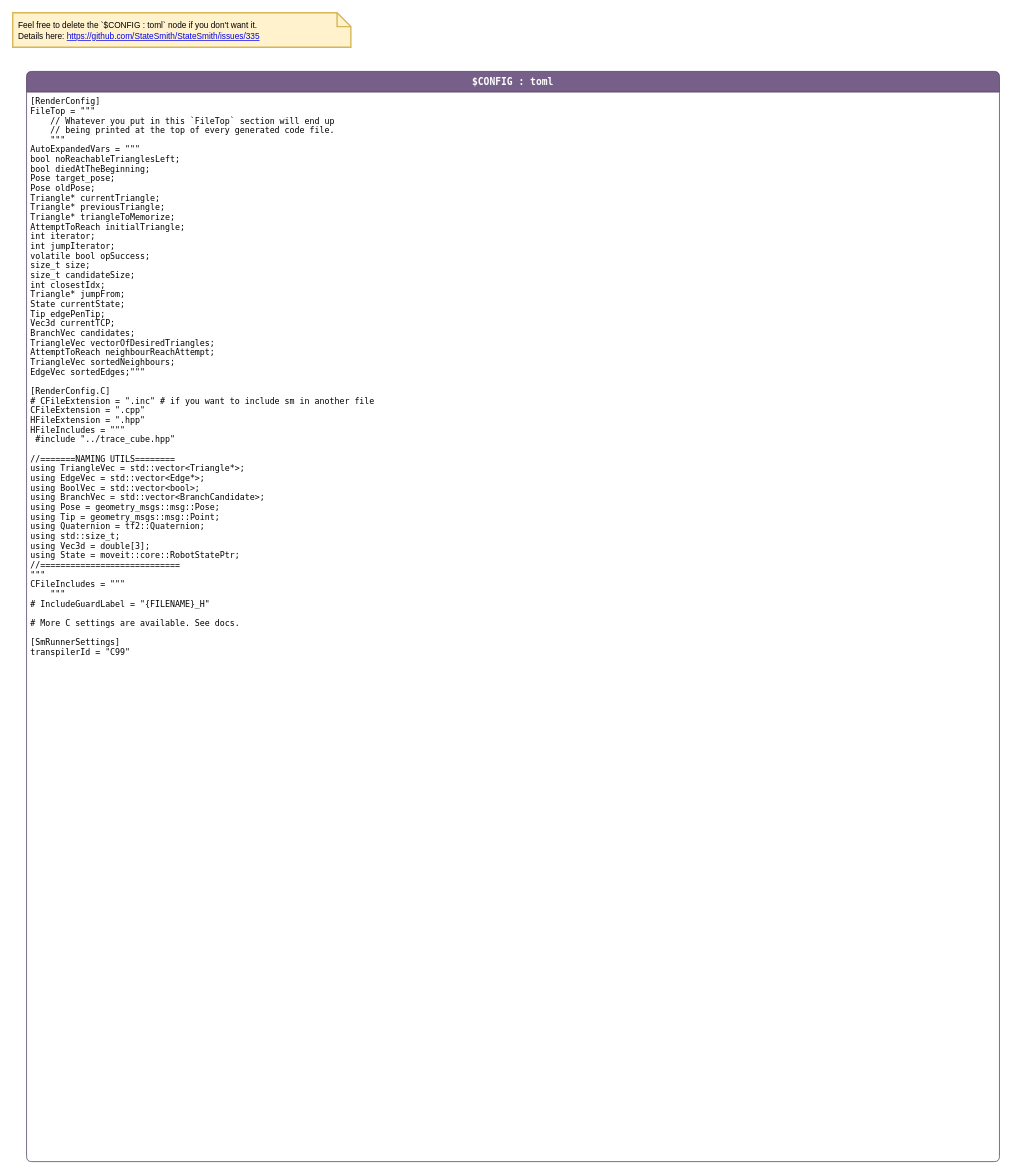
The draw.io diagram page "config" (2 of 3) of src/stateMachineIKU/tracingStateMachine.drawio in shauryachanana/ur5e_surface_path, before the edit. Source tidied: cells renumbered, new cells numbered last; positions are measured from the earlier drawing's top-left corner, leaving out a move shared by most shapes. Both pictures are drawn from the tidied source at 69%, with x=0, y=0 at pixel (12, 12).
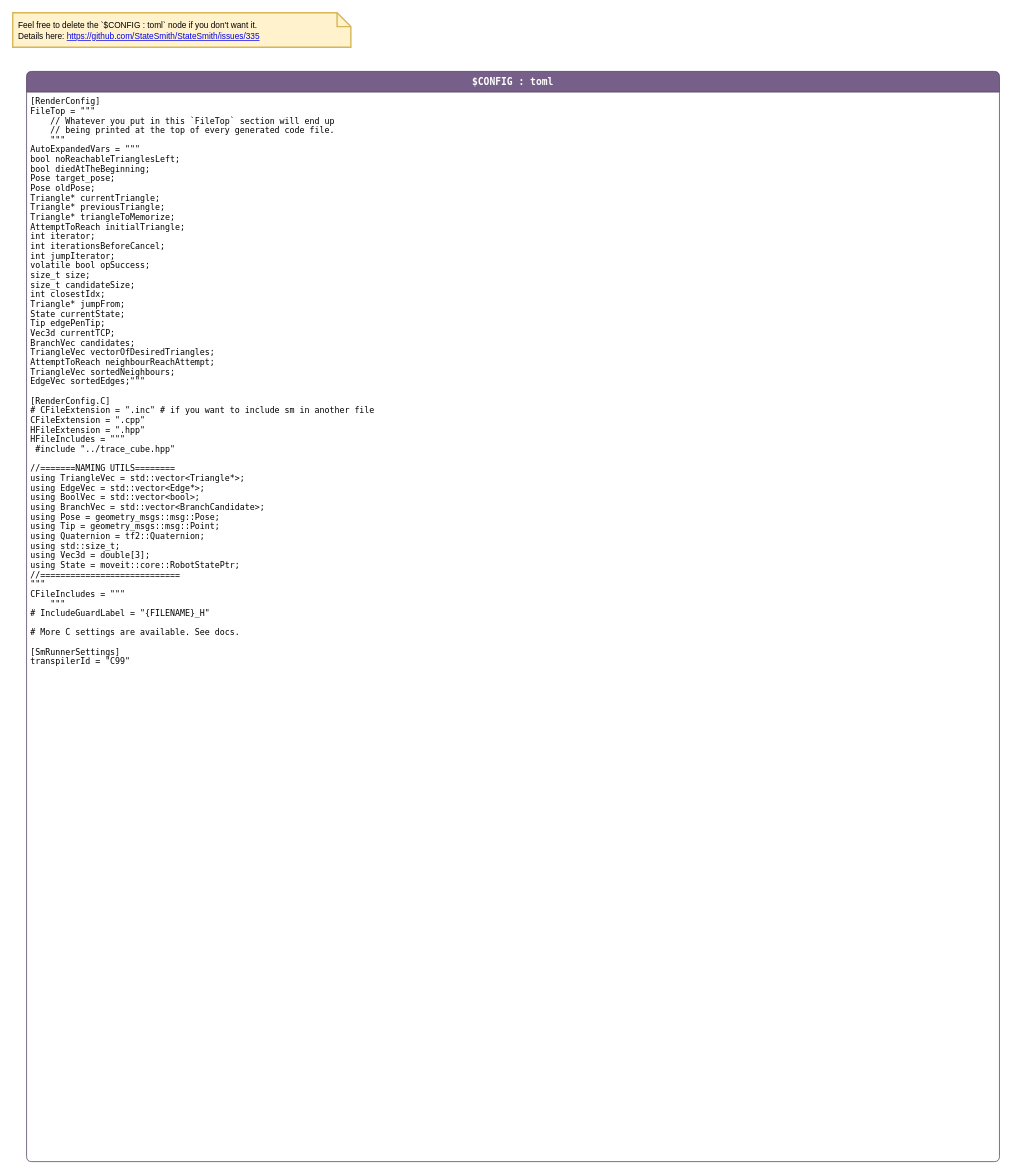
After the change.

Change to the diagram source:
```diff
@@
 <mxGraphModel>
   <root>
     <mxCell id="0" />
     <mxCell id="1" parent="0" />
     <mxCell id="2" value="$CONFIG : toml" style="shape=swimlane;align=center;verticalAlign=top;fontFamily=Lucida Console;startSize=30;fontSize=14;fontStyle=1;swimlaneFillColor=default;rounded=1;arcSize=15;absoluteArcSize=1;fillColor=#76608a;strokeColor=#432D57;fontColor=#ffffff;" parent="1" vertex="1">
       <mxGeometry x="20" y="85" width="1410" height="1580" as="geometry" />
     </mxCell>
-    <mxCell id="3" value="[RenderConfig]&#10;FileTop = &quot;&quot;&quot;&#10;    // Whatever you put in this `FileTop` section will end up &#10;    // being printed at the top of every generated code file.&#10;    &quot;&quot;&quot;&#10;AutoExpandedVars = &quot;&quot;&quot;&#10;    bool noReachableTrianglesLeft;&#10;bool diedAtTheBeginning;&#10;    Pose target_pose; &#10;    Pose oldPose;&#10;    Triangle* currentTriangle;&#10;    Triangle* previousTriangle;&#10;Triangle* triangleToMemorize;&#10;    AttemptToReach initialTriangle;&#10;    int iterator;&#10;int jumpIterator;&#10;volatile bool opSuccess;&#10;    size_t size;&#10;size_t candidateSize;&#10;int closestIdx; &#10;Triangle* jumpFrom;&#10;State currentState;&#10;    Tip edgePenTip;&#10;    Vec3d currentTCP; &#10;    BranchVec candidates;&#10;    TriangleVec vectorOfDesiredTriangles; &#10;AttemptToReach neighbourReachAttempt;&#10;TriangleVec sortedNeighbours;&#10;EdgeVec sortedEdges;&quot;&quot;&quot;&#10;&#10;[RenderConfig.C]&#10;# CFileExtension = &quot;.inc&quot; # if you want to include sm in another file&#10;CFileExtension = &quot;.cpp&quot;&#10;HFileExtension = &quot;.hpp&quot;&#10;HFileIncludes = &quot;&quot;&quot;&#10; #include &quot;../trace_cube.hpp&quot;&#10;&#10;//=======NAMING UTILS========&#10;using TriangleVec = std::vector&lt;Triangle*&gt;;&#10;using EdgeVec = std::vector&lt;Edge*&gt;;&#10;using BoolVec = std::vector&lt;bool&gt;;&#10;using BranchVec = std::vector&lt;BranchCandidate&gt;;&#10;using Pose = geometry_msgs::msg::Pose;&#10;using Tip = geometry_msgs::msg::Point;&#10;using Quaternion = tf2::Quaternion;&#10;using std::size_t;&#10;using Vec3d = double[3];&#10;using State = moveit::core::RobotStatePtr;&#10;//============================&#10;&quot;&quot;&quot;&#10;CFileIncludes = &quot;&quot;&quot;&#10;    &quot;&quot;&quot;&#10;# IncludeGuardLabel = &quot;{FILENAME}_H&quot;&#10;&#10;# More C settings are available. See docs.&#10;&#10;[SmRunnerSettings]&#10;transpilerId = &quot;C99&quot;" style="fontFamily=Lucida Console;align=left;verticalAlign=top;fillColor=none;gradientColor=none;strokeColor=none;rounded=0;spacingLeft=4;" parent="2" vertex="1">
-      <mxGeometry y="30" width="350" height="850" as="geometry" />
+    <mxCell id="3" value="[RenderConfig]&#10;FileTop = &quot;&quot;&quot;&#10;    // Whatever you put in this `FileTop` section will end up &#10;    // being printed at the top of every generated code file.&#10;    &quot;&quot;&quot;&#10;AutoExpandedVars = &quot;&quot;&quot;&#10;    bool noReachableTrianglesLeft;&#10;bool diedAtTheBeginning;&#10;    Pose target_pose; &#10;    Pose oldPose;&#10;    Triangle* currentTriangle;&#10;    Triangle* previousTriangle;&#10;Triangle* triangleToMemorize;&#10;    AttemptToReach initialTriangle;&#10;    int iterator;&#10;int iterationsBeforeCancel;&#10;int jumpIterator;&#10;volatile bool opSuccess;&#10;    size_t size;&#10;size_t candidateSize;&#10;int closestIdx; &#10;Triangle* jumpFrom;&#10;State currentState;&#10;    Tip edgePenTip;&#10;    Vec3d currentTCP; &#10;    BranchVec candidates;&#10;    TriangleVec vectorOfDesiredTriangles; &#10;AttemptToReach neighbourReachAttempt;&#10;TriangleVec sortedNeighbours;&#10;EdgeVec sortedEdges;&quot;&quot;&quot;&#10;&#10;[RenderConfig.C]&#10;# CFileExtension = &quot;.inc&quot; # if you want to include sm in another file&#10;CFileExtension = &quot;.cpp&quot;&#10;HFileExtension = &quot;.hpp&quot;&#10;HFileIncludes = &quot;&quot;&quot;&#10; #include &quot;../trace_cube.hpp&quot;&#10;&#10;//=======NAMING UTILS========&#10;using TriangleVec = std::vector&lt;Triangle*&gt;;&#10;using EdgeVec = std::vector&lt;Edge*&gt;;&#10;using BoolVec = std::vector&lt;bool&gt;;&#10;using BranchVec = std::vector&lt;BranchCandidate&gt;;&#10;using Pose = geometry_msgs::msg::Pose;&#10;using Tip = geometry_msgs::msg::Point;&#10;using Quaternion = tf2::Quaternion;&#10;using std::size_t;&#10;using Vec3d = double[3];&#10;using State = moveit::core::RobotStatePtr;&#10;//============================&#10;&quot;&quot;&quot;&#10;CFileIncludes = &quot;&quot;&quot;&#10;    &quot;&quot;&quot;&#10;# IncludeGuardLabel = &quot;{FILENAME}_H&quot;&#10;&#10;# More C settings are available. See docs.&#10;&#10;[SmRunnerSettings]&#10;transpilerId = &quot;C99&quot;" style="fontFamily=Lucida Console;align=left;verticalAlign=top;fillColor=none;gradientColor=none;strokeColor=none;rounded=0;spacingLeft=4;" parent="2" vertex="1">
+      <mxGeometry y="30" width="350" height="860" as="geometry" />
     </mxCell>
     <mxCell id="4" value="&lt;span style=&quot;color: rgb(0, 0, 0); font-size: 12px;&quot;&gt;Feel free to delete the `$CONFIG : toml` node if you don't want it.&lt;/span&gt;&lt;br style=&quot;color: rgb(0, 0, 0); font-size: 12px;&quot;&gt;&lt;span style=&quot;color: rgb(0, 0, 0); font-size: 12px;&quot;&gt;Details here:&amp;nbsp;&lt;/span&gt;&lt;a style=&quot;font-size: 12px;&quot; href=&quot;https://github.com/StateSmith/StateSmith/issues/335&quot;&gt;https://github.com/StateSmith/StateSmith/issues/335&lt;/a&gt;" style="shape=note;strokeWidth=2;fontSize=14;size=20;whiteSpace=wrap;html=1;fillColor=#fff2cc;strokeColor=#d6b656;fontColor=#2B2B00;align=left;spacingLeft=6;" parent="1" vertex="1">
       <mxGeometry width="490" height="50" as="geometry" />
     </mxCell>
   </root>
 </mxGraphModel>
```
